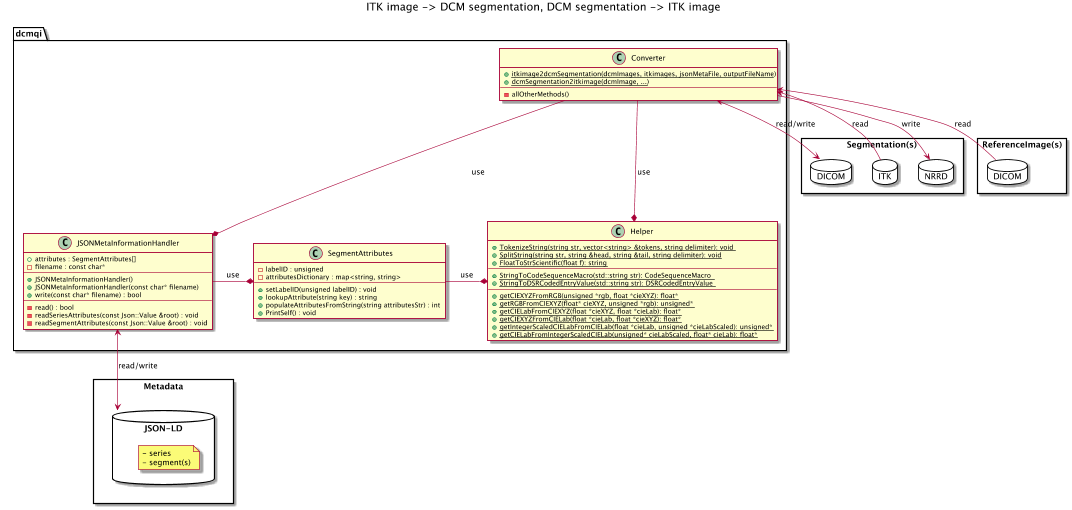
The PlantUML diagram Design/DICOMSegmentationConverter.png in QIICR/dcmqi, before a commit.
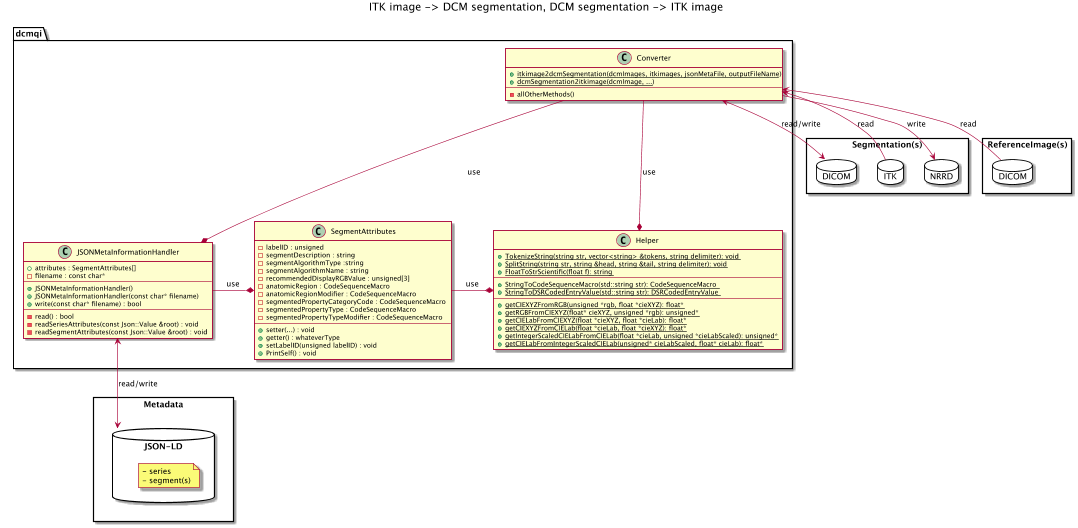
The same diagram one commit later.

Commit message:
ENH: updated design

Change to the diagram source:
```diff
@@ -80,11 +80,19 @@
 
 class SegmentAttributes {
     - labelID : unsigned
-    - attributesDictionary : map<string, string>
+    - segmentDescription : string
+    - segmentAlgorithmType :string
+    - segmentAlgorithmName : string
+    - recommendedDisplayRGBValue : unsigned[3]
+    - anatomicRegion : CodeSequenceMacro
+    - anatomicRegionModifier : CodeSequenceMacro
+    - segmentedPropertyCategoryCode : CodeSequenceMacro
+    - segmentedPropertyType : CodeSequenceMacro
+    - segmentedPropertyTypeModifier : CodeSequenceMacro
 ---
+    + setter(...) : void
+    + getter() : whateverType
     + setLabelID(unsigned labelID) : void
-    + lookupAttribute(string key) : string
-    + populateAttributesFromString(string attributesStr) : int
     + PrintSelf() : void
 }
 
```
